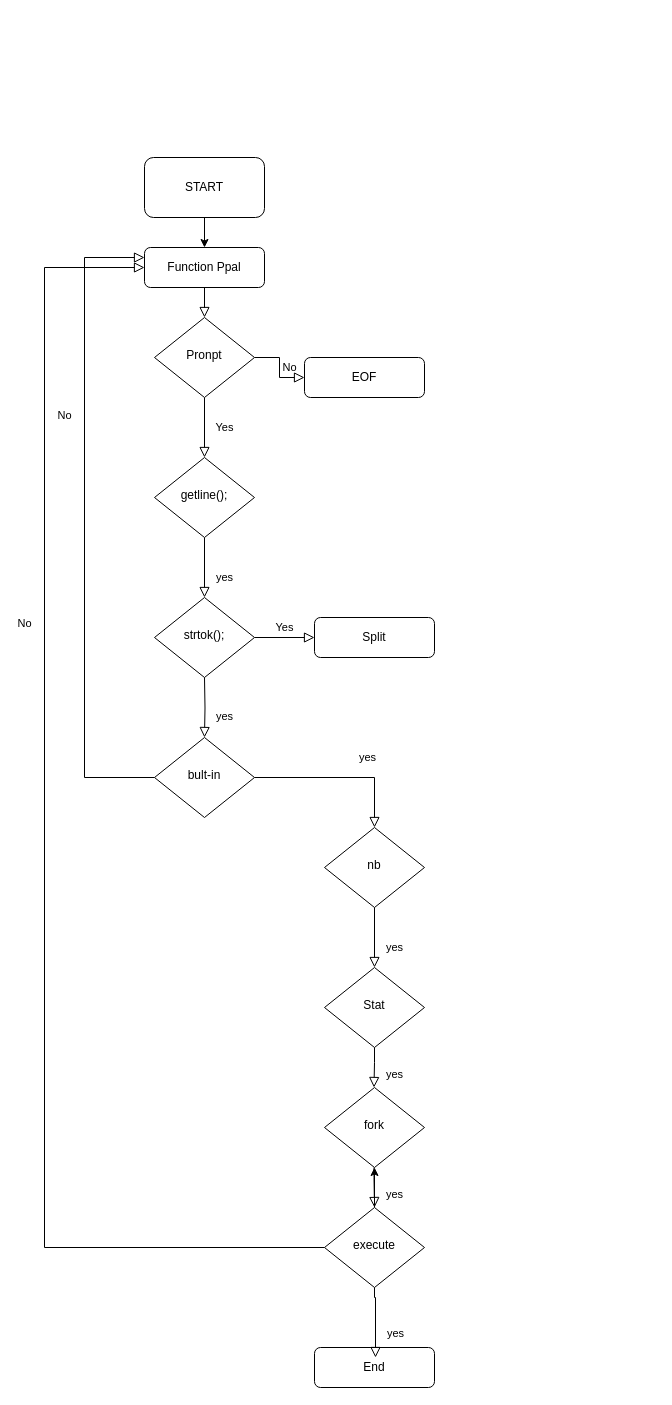
Before: Untitled Diagram.drawio in andresdiaz10/simple_shell, a draw.io diagram. Source tidied: cells renumbered, new cells numbered last; positions are measured from the earlier drawing's top-left corner, leaving out a move shared by most shapes. Both pictures are drawn from the tidied source at 100%, with x=0, y=0 at pixel (44, 157).
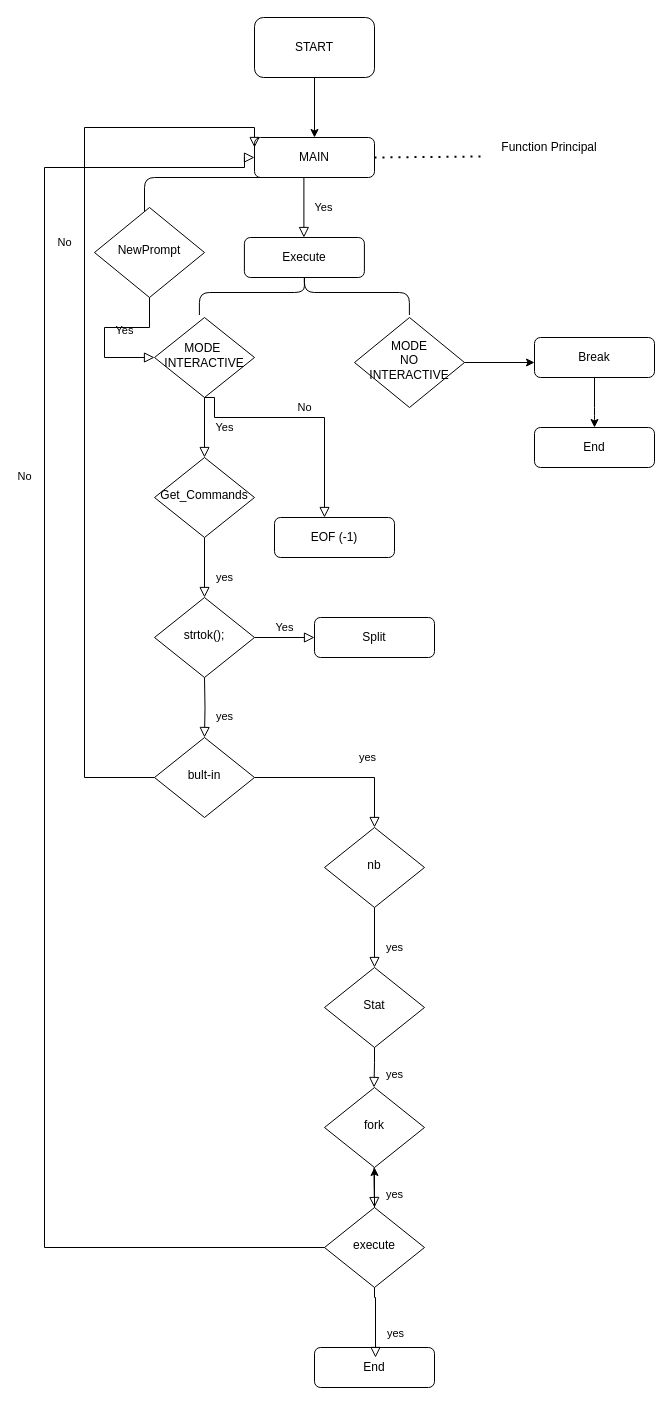
Above is the later version.

Unchanged cells that the change refers to:
```xml
<mxCell id="17" value="bult-in" style="rhombus;whiteSpace=wrap;html=1;shadow=0;fontFamily=Helvetica;fontSize=12;align=center;strokeWidth=1;spacing=6;spacingTop=-4;" parent="1" vertex="1">
  <mxGeometry x="110" y="580" width="100" height="80" as="geometry" />
</mxCell>
<mxCell id="22" value="execute" style="rhombus;whiteSpace=wrap;html=1;shadow=0;fontFamily=Helvetica;fontSize=12;align=center;strokeWidth=1;spacing=6;spacingTop=-4;" parent="1" vertex="1">
  <mxGeometry x="280" y="1050" width="100" height="80" as="geometry" />
</mxCell>
```

Change to the diagram source:
```diff
@@
-    <mxCell id="2" style="rounded=0;html=1;jettySize=auto;fontSize=11;endArrow=block;endFill=0;endSize=8;strokeWidth=1;shadow=0;labelBackgroundColor=none;edgeStyle=orthogonalEdgeStyle;" parent="1" edge="1" source="3" target="6">
-      <mxGeometry relative="1" as="geometry" />
-    </mxCell>
-    <mxCell id="3" value="Function Ppal" style="rounded=1;whiteSpace=wrap;html=1;fontSize=12;glass=0;strokeWidth=1;shadow=0;" parent="1" vertex="1">
-      <mxGeometry x="100" y="90" width="120" height="40" as="geometry" />
+    <mxCell id="3" value="MAIN" style="rounded=1;whiteSpace=wrap;html=1;fontSize=12;glass=0;strokeWidth=1;shadow=0;" parent="1" vertex="1">
+      <mxGeometry x="210" y="-20" width="120" height="40" as="geometry" />
     </mxCell>
@@
-    <mxCell id="5" value="No" style="edgeStyle=orthogonalEdgeStyle;rounded=0;html=1;jettySize=auto;fontSize=11;endArrow=block;endFill=0;endSize=8;strokeWidth=1;shadow=0;labelBackgroundColor=none;" parent="1" edge="1" source="6" target="7">
-      <mxGeometry y="10" relative="1" as="geometry" />
+    <mxCell id="5" value="No" style="edgeStyle=orthogonalEdgeStyle;rounded=0;html=1;jettySize=auto;fontSize=11;endArrow=block;endFill=0;endSize=8;strokeWidth=1;shadow=0;labelBackgroundColor=none;exitX=0.5;exitY=1;exitDx=0;exitDy=0;" parent="1" edge="1" source="6" target="7">
+      <mxGeometry y="10" relative="1" as="geometry">
+        <Array as="points">
+          <mxPoint x="170" y="240" />
+          <mxPoint x="170" y="260" />
+          <mxPoint x="280" y="260" />
+        </Array>
+      </mxGeometry>
     </mxCell>
-    <mxCell id="6" value="Pronpt" style="rhombus;whiteSpace=wrap;html=1;shadow=0;fontFamily=Helvetica;fontSize=12;align=center;strokeWidth=1;spacing=6;spacingTop=-4;" parent="1" vertex="1">
+    <mxCell id="6" value="MODE&amp;nbsp; INTERACTIVE" style="rhombus;whiteSpace=wrap;html=1;shadow=0;fontFamily=Helvetica;fontSize=12;align=center;strokeWidth=1;spacing=6;spacingTop=-4;" parent="1" vertex="1">
       <mxGeometry x="110" y="160" width="100" height="80" as="geometry" />
     </mxCell>
-    <mxCell id="7" value="EOF" style="rounded=1;whiteSpace=wrap;html=1;fontSize=12;glass=0;strokeWidth=1;shadow=0;" parent="1" vertex="1">
-      <mxGeometry x="260" y="200" width="120" height="40" as="geometry" />
+    <mxCell id="7" value="EOF (-1)" style="rounded=1;whiteSpace=wrap;html=1;fontSize=12;glass=0;strokeWidth=1;shadow=0;" parent="1" vertex="1">
+      <mxGeometry x="230" y="360" width="120" height="40" as="geometry" />
     </mxCell>
@@
-    <mxCell id="10" value="getline();" style="rhombus;whiteSpace=wrap;html=1;shadow=0;fontFamily=Helvetica;fontSize=12;align=center;strokeWidth=1;spacing=6;spacingTop=-4;" parent="1" vertex="1">
+    <mxCell id="10" value="Get_Commands" style="rhombus;whiteSpace=wrap;html=1;shadow=0;fontFamily=Helvetica;fontSize=12;align=center;strokeWidth=1;spacing=6;spacingTop=-4;" parent="1" vertex="1">
       <mxGeometry x="110" y="300" width="100" height="80" as="geometry" />
     </mxCell>
@@
     <mxCell id="14" value="START" style="rounded=1;whiteSpace=wrap;html=1;" parent="1" vertex="1">
-      <mxGeometry x="100" width="120" height="60" as="geometry" />
+      <mxGeometry x="210" y="-140" width="120" height="60" as="geometry" />
     </mxCell>
@@
     <mxCell id="28" value="No" style="rounded=0;html=1;jettySize=auto;fontSize=11;endArrow=block;endFill=0;endSize=8;strokeWidth=1;shadow=0;labelBackgroundColor=none;edgeStyle=orthogonalEdgeStyle;exitX=0;exitY=0.5;exitDx=0;exitDy=0;entryX=0;entryY=0.5;entryDx=0;entryDy=0;" parent="1" edge="1" source="22" target="3">
       <mxGeometry x="0.33" y="20" relative="1" as="geometry">
         <Array as="points">
           <mxPoint y="1090" />
-          <mxPoint y="110" />
+          <mxPoint y="10" />
+          <mxPoint x="200" y="10" />
         </Array>
       </mxGeometry>
     </mxCell>
     <mxCell id="29" value="No" style="rounded=0;html=1;jettySize=auto;fontSize=11;endArrow=block;endFill=0;endSize=8;strokeWidth=1;shadow=0;labelBackgroundColor=none;edgeStyle=orthogonalEdgeStyle;exitX=0;exitY=0.5;exitDx=0;exitDy=0;entryX=0;entryY=0.25;entryDx=0;entryDy=0;" parent="1" edge="1" source="17" target="3">
       <mxGeometry x="0.33" y="20" relative="1" as="geometry">
         <Array as="points">
           <mxPoint x="40" y="620" />
-          <mxPoint x="40" y="100" />
+          <mxPoint x="40" y="-30" />
         </Array>
       </mxGeometry>
     </mxCell>
+    <mxCell id="30" value="Function Principal" style="text;html=1;strokeColor=none;fillColor=none;align=center;verticalAlign=middle;whiteSpace=wrap;rounded=0;" parent="1" vertex="1">
+      <mxGeometry x="415" y="-20" width="180" height="20" as="geometry" />
+    </mxCell>
+    <mxCell id="31" style="endArrow=none;dashed=1;html=1;dashPattern=1 3;strokeWidth=2;exitX=1;exitY=0.5;exitDx=0;exitDy=0;entryX=0.117;entryY=0.95;entryDx=0;entryDy=0;entryPerimeter=0;" parent="1" edge="1" source="3" target="30">
+      <mxGeometry relative="1" as="geometry" />
+    </mxCell>
+    <mxCell id="32" value="MODE&lt;br&gt;NO INTERACTIVE" style="rhombus;whiteSpace=wrap;html=1;shadow=0;fontFamily=Helvetica;fontSize=12;align=center;strokeWidth=1;spacing=6;spacingTop=-4;" parent="1" vertex="1">
+      <mxGeometry x="310" y="160" width="110" height="90" as="geometry" />
+    </mxCell>
+    <mxCell id="33" style="shape=curlyBracket;whiteSpace=wrap;html=1;rounded=1;rotation=90;" parent="1" vertex="1">
+      <mxGeometry x="237.4" y="30" width="45" height="210" as="geometry" />
+    </mxCell>
+    <mxCell id="34" style="endArrow=classic;html=1;exitX=1;exitY=0.5;exitDx=0;exitDy=0;" parent="1" edge="1" source="32">
+      <mxGeometry relative="1" as="geometry">
+        <mxPoint x="490" y="205" as="targetPoint" />
+      </mxGeometry>
+    </mxCell>
+    <mxCell id="35" value="Break" style="rounded=1;whiteSpace=wrap;html=1;fontSize=12;glass=0;strokeWidth=1;shadow=0;" parent="1" vertex="1">
+      <mxGeometry x="490" y="180" width="120" height="40" as="geometry" />
+    </mxCell>
+    <mxCell id="36" value="End" style="rounded=1;whiteSpace=wrap;html=1;fontSize=12;glass=0;strokeWidth=1;shadow=0;" parent="1" vertex="1">
+      <mxGeometry x="490" y="270" width="120" height="40" as="geometry" />
+    </mxCell>
+    <mxCell id="37" value="Execute" style="rounded=1;whiteSpace=wrap;html=1;fontSize=12;glass=0;strokeWidth=1;shadow=0;" parent="1" vertex="1">
+      <mxGeometry x="199.9" y="80" width="120" height="40" as="geometry" />
+    </mxCell>
+    <mxCell id="38" style="edgeStyle=elbowEdgeStyle;elbow=horizontal;endArrow=classic;html=1;exitX=0.5;exitY=1;exitDx=0;exitDy=0;entryX=0;entryY=0.5;entryDx=0;entryDy=0;" parent="1" edge="1" source="3" target="40">
+      <mxGeometry relative="1" as="geometry">
+        <Array as="points">
+          <mxPoint x="100" y="30" />
+          <mxPoint x="310" y="50" />
+          <mxPoint x="470" y="60" />
+          <mxPoint x="600" y="70" />
+          <mxPoint x="260" y="50" />
+          <mxPoint x="240" y="30" />
+          <mxPoint x="420" y="70" />
+          <mxPoint x="490" y="60" />
+          <mxPoint x="260" y="50" />
+          <mxPoint x="210" y="45" />
+        </Array>
+      </mxGeometry>
+    </mxCell>
+    <mxCell id="39" value="Yes" style="rounded=0;html=1;jettySize=auto;orthogonalLoop=1;fontSize=11;endArrow=block;endFill=0;endSize=8;strokeWidth=1;shadow=0;labelBackgroundColor=none;edgeStyle=orthogonalEdgeStyle;" parent="1" edge="1">
+      <mxGeometry y="20" relative="1" as="geometry">
+        <mxPoint x="259.4" y="20" as="sourcePoint" />
+        <mxPoint x="259.4" y="80" as="targetPoint" />
+      </mxGeometry>
+    </mxCell>
+    <mxCell id="40" value="NewPrompt" style="rhombus;whiteSpace=wrap;html=1;shadow=0;fontFamily=Helvetica;fontSize=12;align=center;strokeWidth=1;spacing=6;spacingTop=-4;" parent="1" vertex="1">
+      <mxGeometry x="50" y="50" width="110" height="90" as="geometry" />
+    </mxCell>
+    <mxCell id="41" style="endArrow=classic;html=1;entryX=0.5;entryY=0;entryDx=0;entryDy=0;exitX=0.5;exitY=1;exitDx=0;exitDy=0;" parent="1" edge="1" source="35" target="36">
+      <mxGeometry relative="1" as="geometry">
+        <Array as="points">
+          <mxPoint x="550" y="260" />
+        </Array>
+      </mxGeometry>
+    </mxCell>
+    <mxCell id="42" value="Yes" style="rounded=0;html=1;jettySize=auto;fontSize=11;endArrow=block;endFill=0;endSize=8;strokeWidth=1;shadow=0;labelBackgroundColor=none;edgeStyle=orthogonalEdgeStyle;exitX=0.5;exitY=1;exitDx=0;exitDy=0;entryX=0;entryY=0.5;entryDx=0;entryDy=0;" parent="1" edge="1" source="40" target="6">
+      <mxGeometry y="20" relative="1" as="geometry">
+        <Array as="points">
+          <mxPoint x="105" y="170" />
+          <mxPoint x="60" y="170" />
+          <mxPoint x="60" y="200" />
+        </Array>
+      </mxGeometry>
+    </mxCell>
```
